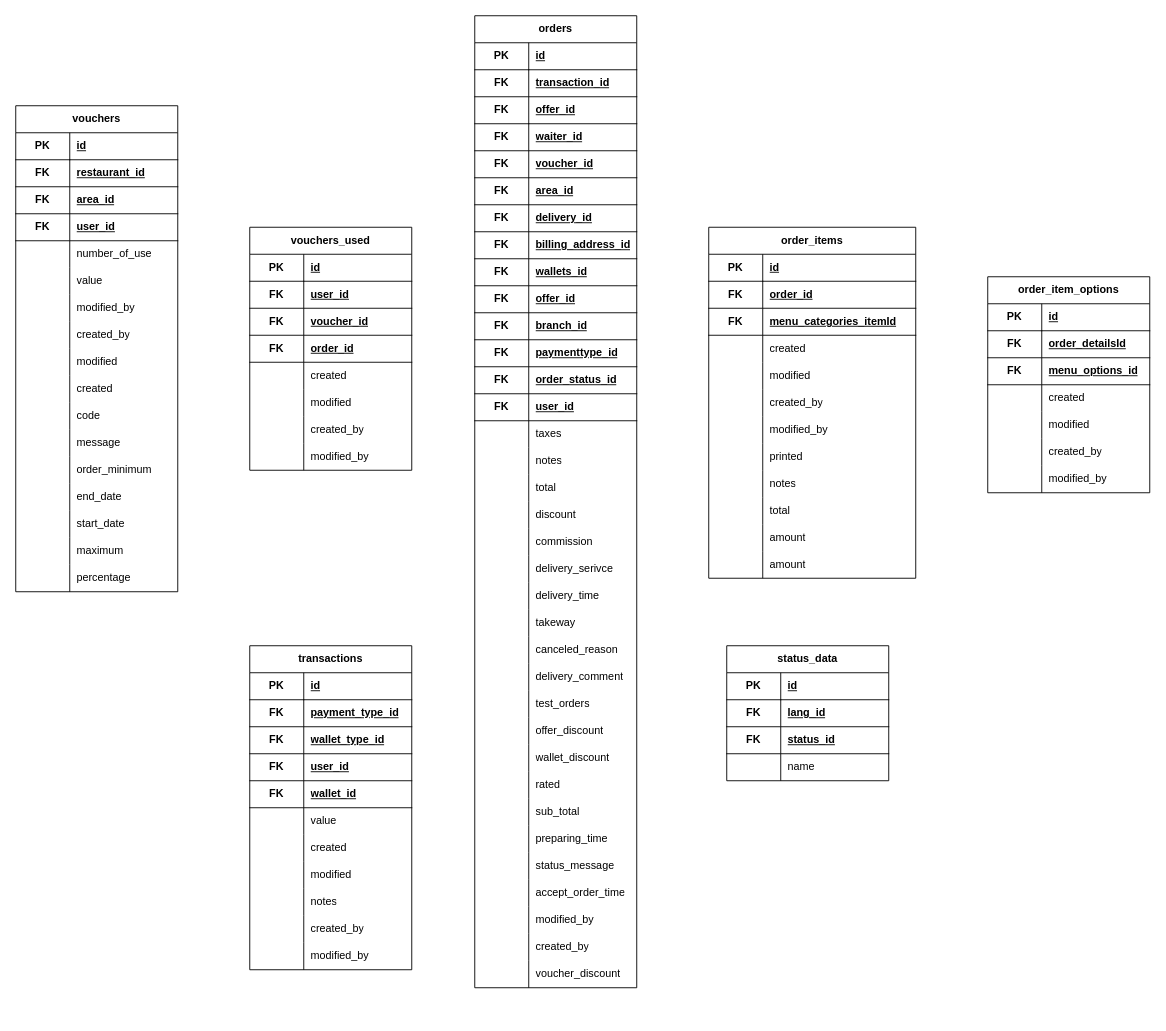
Above: ERD.drawio in Ahmed-Shawareb-Full-Stack/printf (draw.io), before the change. Source tidied: cells renumbered, new cells numbered last; positions are measured from the earlier drawing's top-left corner, leaving out a move shared by most shapes. Both pictures are drawn from the tidied source at 90%, with x=0, y=0 at pixel (15, 15).
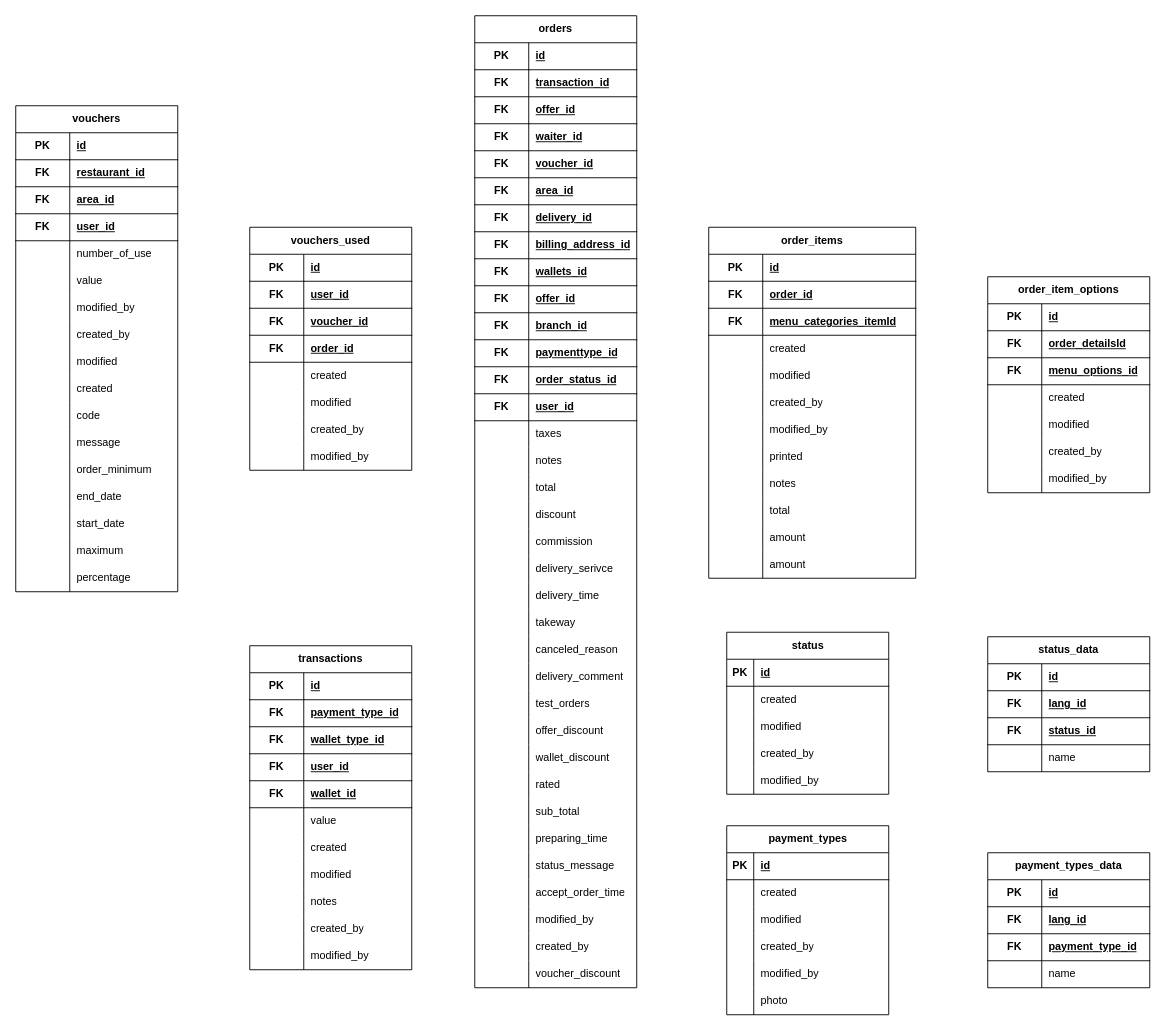
The same page after the edit.

What changed in the source:
```diff
@@
     <mxCell id="278" value="status_data" style="shape=table;startSize=30;childLayout=tableLayout;rowLines=0;fontStyle=1;align=center;html=1;whiteSpace=wrap;" parent="1" vertex="1">
-      <mxGeometry x="790" y="700" width="180" height="150" as="geometry" />
+      <mxGeometry x="1080" y="690" width="180" height="150" as="geometry" />
     </mxCell>
@@
+    <mxCell id="291" value="status" style="shape=table;startSize=30;childLayout=tableLayout;rowLines=0;fontStyle=1;align=center;html=1;" parent="1" vertex="1">
+      <mxGeometry x="790" y="685" width="180" height="180" as="geometry" />
+    </mxCell>
+    <mxCell id="292" style="shape=tableRow;horizontal=0;startSize=0;swimlaneHead=0;swimlaneBody=0;fillColor=none;top=0;left=0;right=0;bottom=1;" parent="291" vertex="1">
+      <mxGeometry y="30" width="180" height="30" as="geometry" />
+    </mxCell>
+    <mxCell id="293" value="PK" style="shape=partialRectangle;fillColor=none;top=0;left=0;bottom=0;right=0;fontStyle=1;overflow=hidden;whiteSpace=wrap;html=1;" parent="292" vertex="1">
+      <mxGeometry width="30" height="30" as="geometry" />
+    </mxCell>
+    <mxCell id="294" value="id" style="shape=partialRectangle;fillColor=none;top=0;left=0;bottom=0;right=0;align=left;spacingLeft=6;fontStyle=5;overflow=hidden;whiteSpace=wrap;html=1;" parent="292" vertex="1">
+      <mxGeometry x="30" width="150" height="30" as="geometry" />
+    </mxCell>
+    <mxCell id="295" style="shape=tableRow;horizontal=0;startSize=0;swimlaneHead=0;swimlaneBody=0;fillColor=none;top=0;left=0;right=0;bottom=0;" parent="291" vertex="1">
+      <mxGeometry y="60" width="180" height="30" as="geometry" />
+    </mxCell>
+    <mxCell id="296" style="shape=partialRectangle;fillColor=none;top=0;left=0;bottom=0;right=0;overflow=hidden;whiteSpace=wrap;html=1;" parent="295" vertex="1">
+      <mxGeometry width="30" height="30" as="geometry" />
+    </mxCell>
+    <mxCell id="297" value="created" style="shape=partialRectangle;fillColor=none;top=0;left=0;bottom=0;right=0;align=left;spacingLeft=6;overflow=hidden;whiteSpace=wrap;html=1;" parent="295" vertex="1">
+      <mxGeometry x="30" width="150" height="30" as="geometry" />
+    </mxCell>
+    <mxCell id="298" style="shape=tableRow;horizontal=0;startSize=0;swimlaneHead=0;swimlaneBody=0;fillColor=none;top=0;left=0;right=0;bottom=0;" parent="291" vertex="1">
+      <mxGeometry y="90" width="180" height="30" as="geometry" />
+    </mxCell>
+    <mxCell id="299" style="shape=partialRectangle;fillColor=none;top=0;left=0;bottom=0;right=0;overflow=hidden;whiteSpace=wrap;html=1;" parent="298" vertex="1">
+      <mxGeometry width="30" height="30" as="geometry" />
+    </mxCell>
+    <mxCell id="300" value="modified" style="shape=partialRectangle;fillColor=none;top=0;left=0;bottom=0;right=0;align=left;spacingLeft=6;overflow=hidden;whiteSpace=wrap;html=1;" parent="298" vertex="1">
+      <mxGeometry x="30" width="150" height="30" as="geometry" />
+    </mxCell>
+    <mxCell id="301" style="shape=tableRow;horizontal=0;startSize=0;swimlaneHead=0;swimlaneBody=0;fillColor=none;top=0;left=0;right=0;bottom=0;" parent="291" vertex="1">
+      <mxGeometry y="120" width="180" height="30" as="geometry" />
+    </mxCell>
+    <mxCell id="302" style="shape=partialRectangle;fillColor=none;top=0;left=0;bottom=0;right=0;overflow=hidden;whiteSpace=wrap;html=1;" parent="301" vertex="1">
+      <mxGeometry width="30" height="30" as="geometry" />
+    </mxCell>
+    <mxCell id="303" value="created_by" style="shape=partialRectangle;fillColor=none;top=0;left=0;bottom=0;right=0;align=left;spacingLeft=6;overflow=hidden;whiteSpace=wrap;html=1;" parent="301" vertex="1">
+      <mxGeometry x="30" width="150" height="30" as="geometry" />
+    </mxCell>
+    <mxCell id="304" style="shape=tableRow;horizontal=0;startSize=0;swimlaneHead=0;swimlaneBody=0;fillColor=none;top=0;left=0;right=0;bottom=0;" parent="291" vertex="1">
+      <mxGeometry y="150" width="180" height="30" as="geometry" />
+    </mxCell>
+    <mxCell id="305" style="shape=partialRectangle;fillColor=none;top=0;left=0;bottom=0;right=0;overflow=hidden;whiteSpace=wrap;html=1;" parent="304" vertex="1">
+      <mxGeometry width="30" height="30" as="geometry" />
+    </mxCell>
+    <mxCell id="306" value="modified_by" style="shape=partialRectangle;fillColor=none;top=0;left=0;bottom=0;right=0;align=left;spacingLeft=6;overflow=hidden;whiteSpace=wrap;html=1;" parent="304" vertex="1">
+      <mxGeometry x="30" width="150" height="30" as="geometry" />
+    </mxCell>
+    <mxCell id="307" value="payment_types" style="shape=table;startSize=30;childLayout=tableLayout;rowLines=0;fontStyle=1;align=center;html=1;" parent="1" vertex="1">
+      <mxGeometry x="790" y="900" width="180" height="210" as="geometry" />
+    </mxCell>
+    <mxCell id="308" style="shape=tableRow;horizontal=0;startSize=0;swimlaneHead=0;swimlaneBody=0;fillColor=none;top=0;left=0;right=0;bottom=1;" parent="307" vertex="1">
+      <mxGeometry y="30" width="180" height="30" as="geometry" />
+    </mxCell>
+    <mxCell id="309" value="PK" style="shape=partialRectangle;fillColor=none;top=0;left=0;bottom=0;right=0;fontStyle=1;overflow=hidden;whiteSpace=wrap;html=1;" parent="308" vertex="1">
+      <mxGeometry width="30" height="30" as="geometry" />
+    </mxCell>
+    <mxCell id="310" value="id" style="shape=partialRectangle;fillColor=none;top=0;left=0;bottom=0;right=0;align=left;spacingLeft=6;fontStyle=5;overflow=hidden;whiteSpace=wrap;html=1;" parent="308" vertex="1">
+      <mxGeometry x="30" width="150" height="30" as="geometry" />
+    </mxCell>
+    <mxCell id="311" style="shape=tableRow;horizontal=0;startSize=0;swimlaneHead=0;swimlaneBody=0;fillColor=none;top=0;left=0;right=0;bottom=0;" parent="307" vertex="1">
+      <mxGeometry y="60" width="180" height="30" as="geometry" />
+    </mxCell>
+    <mxCell id="312" style="shape=partialRectangle;fillColor=none;top=0;left=0;bottom=0;right=0;overflow=hidden;whiteSpace=wrap;html=1;" parent="311" vertex="1">
+      <mxGeometry width="30" height="30" as="geometry" />
+    </mxCell>
+    <mxCell id="313" value="created" style="shape=partialRectangle;fillColor=none;top=0;left=0;bottom=0;right=0;align=left;spacingLeft=6;overflow=hidden;whiteSpace=wrap;html=1;" parent="311" vertex="1">
+      <mxGeometry x="30" width="150" height="30" as="geometry" />
+    </mxCell>
+    <mxCell id="314" style="shape=tableRow;horizontal=0;startSize=0;swimlaneHead=0;swimlaneBody=0;fillColor=none;top=0;left=0;right=0;bottom=0;" parent="307" vertex="1">
+      <mxGeometry y="90" width="180" height="30" as="geometry" />
+    </mxCell>
+    <mxCell id="315" style="shape=partialRectangle;fillColor=none;top=0;left=0;bottom=0;right=0;overflow=hidden;whiteSpace=wrap;html=1;" parent="314" vertex="1">
+      <mxGeometry width="30" height="30" as="geometry" />
+    </mxCell>
+    <mxCell id="316" value="modified" style="shape=partialRectangle;fillColor=none;top=0;left=0;bottom=0;right=0;align=left;spacingLeft=6;overflow=hidden;whiteSpace=wrap;html=1;" parent="314" vertex="1">
+      <mxGeometry x="30" width="150" height="30" as="geometry" />
+    </mxCell>
+    <mxCell id="317" style="shape=tableRow;horizontal=0;startSize=0;swimlaneHead=0;swimlaneBody=0;fillColor=none;top=0;left=0;right=0;bottom=0;" parent="307" vertex="1">
+      <mxGeometry y="120" width="180" height="30" as="geometry" />
+    </mxCell>
+    <mxCell id="318" style="shape=partialRectangle;fillColor=none;top=0;left=0;bottom=0;right=0;overflow=hidden;whiteSpace=wrap;html=1;" parent="317" vertex="1">
+      <mxGeometry width="30" height="30" as="geometry" />
+    </mxCell>
+    <mxCell id="319" value="created_by" style="shape=partialRectangle;fillColor=none;top=0;left=0;bottom=0;right=0;align=left;spacingLeft=6;overflow=hidden;whiteSpace=wrap;html=1;" parent="317" vertex="1">
+      <mxGeometry x="30" width="150" height="30" as="geometry" />
+    </mxCell>
+    <mxCell id="320" style="shape=tableRow;horizontal=0;startSize=0;swimlaneHead=0;swimlaneBody=0;fillColor=none;top=0;left=0;right=0;bottom=0;" parent="307" vertex="1">
+      <mxGeometry y="150" width="180" height="30" as="geometry" />
+    </mxCell>
+    <mxCell id="321" style="shape=partialRectangle;fillColor=none;top=0;left=0;bottom=0;right=0;overflow=hidden;whiteSpace=wrap;html=1;" parent="320" vertex="1">
+      <mxGeometry width="30" height="30" as="geometry" />
+    </mxCell>
+    <mxCell id="322" value="modified_by" style="shape=partialRectangle;fillColor=none;top=0;left=0;bottom=0;right=0;align=left;spacingLeft=6;overflow=hidden;whiteSpace=wrap;html=1;" parent="320" vertex="1">
+      <mxGeometry x="30" width="150" height="30" as="geometry" />
+    </mxCell>
+    <mxCell id="323" style="shape=tableRow;horizontal=0;startSize=0;swimlaneHead=0;swimlaneBody=0;fillColor=none;top=0;left=0;right=0;bottom=0;" parent="307" vertex="1">
+      <mxGeometry y="180" width="180" height="30" as="geometry" />
+    </mxCell>
+    <mxCell id="324" style="shape=partialRectangle;fillColor=none;top=0;left=0;bottom=0;right=0;overflow=hidden;whiteSpace=wrap;html=1;" parent="323" vertex="1">
+      <mxGeometry width="30" height="30" as="geometry" />
+    </mxCell>
+    <mxCell id="325" value="photo" style="shape=partialRectangle;fillColor=none;top=0;left=0;bottom=0;right=0;align=left;spacingLeft=6;overflow=hidden;whiteSpace=wrap;html=1;" parent="323" vertex="1">
+      <mxGeometry x="30" width="150" height="30" as="geometry" />
+    </mxCell>
+    <mxCell id="326" value="payment_types_data" style="shape=table;startSize=30;childLayout=tableLayout;rowLines=0;fontStyle=1;align=center;html=1;whiteSpace=wrap;" parent="1" vertex="1">
+      <mxGeometry x="1080" y="930" width="180" height="150" as="geometry" />
+    </mxCell>
+    <mxCell id="327" style="shape=tableRow;horizontal=0;startSize=0;swimlaneHead=0;swimlaneBody=0;fillColor=none;top=0;left=0;right=0;bottom=0;html=1;" parent="326" vertex="1">
+      <mxGeometry y="30" width="180" height="30" as="geometry" />
+    </mxCell>
+    <mxCell id="328" value="PK" style="shape=partialRectangle;fillColor=none;top=0;left=0;bottom=1;right=0;fontStyle=1;overflow=hidden;html=1;whiteSpace=wrap;" parent="327" vertex="1">
+      <mxGeometry width="60" height="30" as="geometry" />
+    </mxCell>
+    <mxCell id="329" value="id" style="shape=partialRectangle;fillColor=none;top=0;left=0;bottom=1;right=0;align=left;spacingLeft=6;fontStyle=5;overflow=hidden;html=1;whiteSpace=wrap;" parent="327" vertex="1">
+      <mxGeometry x="60" width="120" height="30" as="geometry" />
+    </mxCell>
+    <mxCell id="330" style="shape=tableRow;horizontal=0;startSize=0;swimlaneHead=0;swimlaneBody=0;fillColor=none;top=0;left=0;right=0;bottom=1;html=1;" parent="326" vertex="1">
+      <mxGeometry y="60" width="180" height="30" as="geometry" />
+    </mxCell>
+    <mxCell id="331" value="FK" style="shape=partialRectangle;fillColor=none;top=0;left=0;bottom=0;right=0;fontStyle=1;overflow=hidden;html=1;whiteSpace=wrap;" parent="330" vertex="1">
+      <mxGeometry width="60" height="30" as="geometry" />
+    </mxCell>
+    <mxCell id="332" value="lang_id" style="shape=partialRectangle;fillColor=none;top=0;left=0;bottom=0;right=0;align=left;spacingLeft=6;fontStyle=5;overflow=hidden;html=1;whiteSpace=wrap;" parent="330" vertex="1">
+      <mxGeometry x="60" width="120" height="30" as="geometry" />
+    </mxCell>
+    <mxCell id="333" style="shape=tableRow;horizontal=0;startSize=0;swimlaneHead=0;swimlaneBody=0;fillColor=none;top=0;left=0;right=0;bottom=1;html=1;" parent="326" vertex="1">
+      <mxGeometry y="90" width="180" height="30" as="geometry" />
+    </mxCell>
+    <mxCell id="334" value="FK" style="shape=partialRectangle;fillColor=none;top=0;left=0;bottom=0;right=0;fontStyle=1;overflow=hidden;html=1;whiteSpace=wrap;" parent="333" vertex="1">
+      <mxGeometry width="60" height="30" as="geometry" />
+    </mxCell>
+    <mxCell id="335" value="payment_type_id" style="shape=partialRectangle;fillColor=none;top=0;left=0;bottom=0;right=0;align=left;spacingLeft=6;fontStyle=5;overflow=hidden;html=1;whiteSpace=wrap;" parent="333" vertex="1">
+      <mxGeometry x="60" width="120" height="30" as="geometry" />
+    </mxCell>
+    <mxCell id="336" style="shape=tableRow;horizontal=0;startSize=0;swimlaneHead=0;swimlaneBody=0;fillColor=none;top=0;left=0;right=0;bottom=0;html=1;" parent="326" vertex="1">
+      <mxGeometry y="120" width="180" height="30" as="geometry" />
+    </mxCell>
+    <mxCell id="337" style="shape=partialRectangle;fillColor=none;top=0;left=0;bottom=0;right=0;overflow=hidden;html=1;whiteSpace=wrap;" parent="336" vertex="1">
+      <mxGeometry width="60" height="30" as="geometry" />
+    </mxCell>
+    <mxCell id="338" value="name" style="shape=partialRectangle;fillColor=none;top=0;left=0;bottom=0;right=0;align=left;spacingLeft=6;overflow=hidden;html=1;whiteSpace=wrap;" parent="336" vertex="1">
+      <mxGeometry x="60" width="120" height="30" as="geometry" />
+    </mxCell>
```
